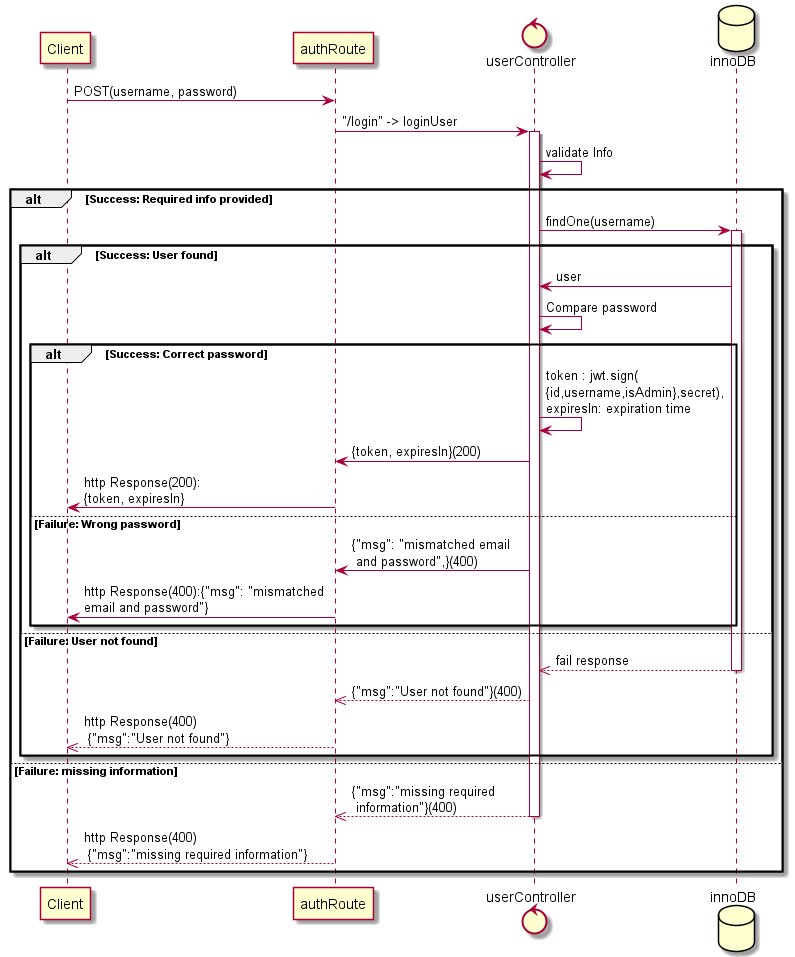
Before: nanoeconomy-dataset-collector/Diagrams/AuthDiags/AuthLogin Api.png, a diagram exported from PlantUML (Spenzy/NEUF-NanoEconomicsUnderFear).
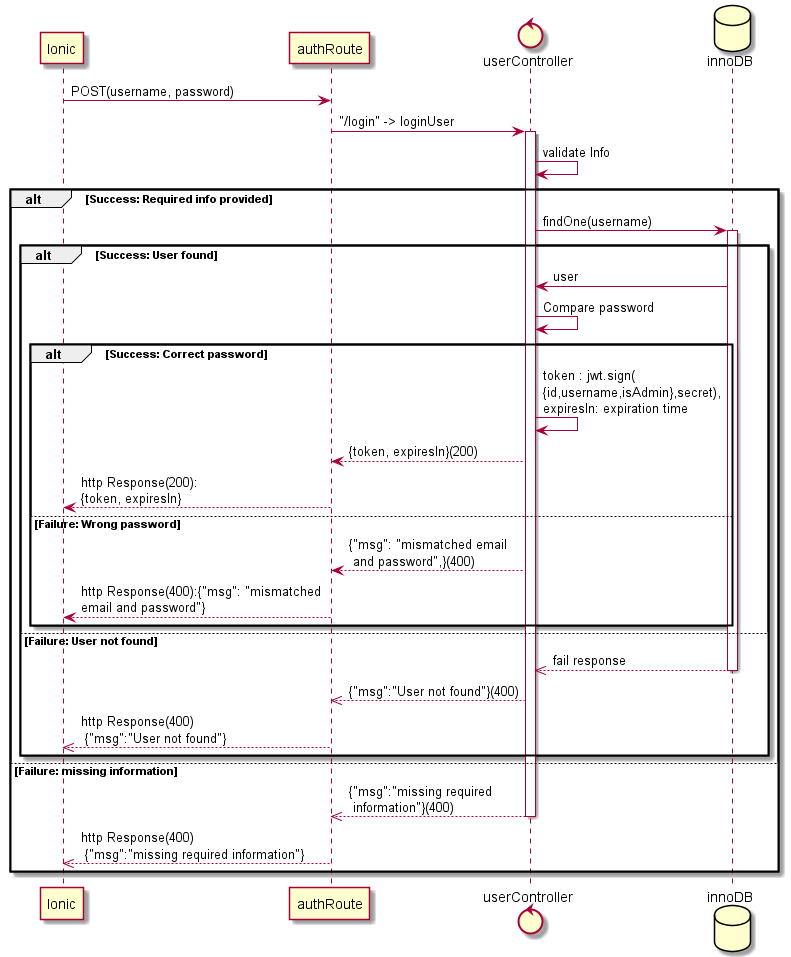
The same file after the commit.

Change to the diagram source:
```diff
@@ -1,11 +1,11 @@
 @startuml
 
-participant Client
+participant Ionic
 participant authRoute as auth
 control userController as userC
 database innoDB
 
-Client -> auth: POST(username, password)
+Ionic -> auth: POST(username, password)
 auth -> userC: "/login" -> loginUser
 activate userC
 userC -> userC: validate Info
@@ -19,22 +19,21 @@
     userC -> userC: Compare password
     alt Success: Correct password
       userC -> userC:token : jwt.sign(\n{id,username,isAdmin},secret),\nexpiresIn: expiration time
-      auth <- userC:{token, expiresIn}(200)
-
-      Client <- auth: http Response(200):\n{token, expiresIn}
+      auth <-- userC:{token, expiresIn}(200)
+      Ionic <-- auth: http Response(200):\n{token, expiresIn}
     else Failure: Wrong password
-      auth <- userC:{"msg": "mismatched email\n and password",}(400)
-      Client <- auth: http Response(400):{"msg": "mismatched \nemail and password"}
+      auth <-- userC:{"msg": "mismatched email\n and password",}(400)
+      Ionic <-- auth: http Response(400):{"msg": "mismatched \nemail and password"}
     end
   else Failure: User not found
     userC <<-- innoDB:fail response
     deactivate innoDB
     auth <<-- userC:{"msg":"User not found"}(400)
-    Client <<-- auth: http Response(400)\n {"msg":"User not found"}
+    Ionic <<-- auth: http Response(400)\n {"msg":"User not found"}
     end
 else Failure: missing information
   auth <<-- userC:{"msg":"missing required\n information"}(400)
   deactivate userC
-  Client <<-- auth: http Response(400)\n {"msg":"missing required information"}
+  Ionic <<-- auth: http Response(400)\n {"msg":"missing required information"}
 end
 @enduml
```
